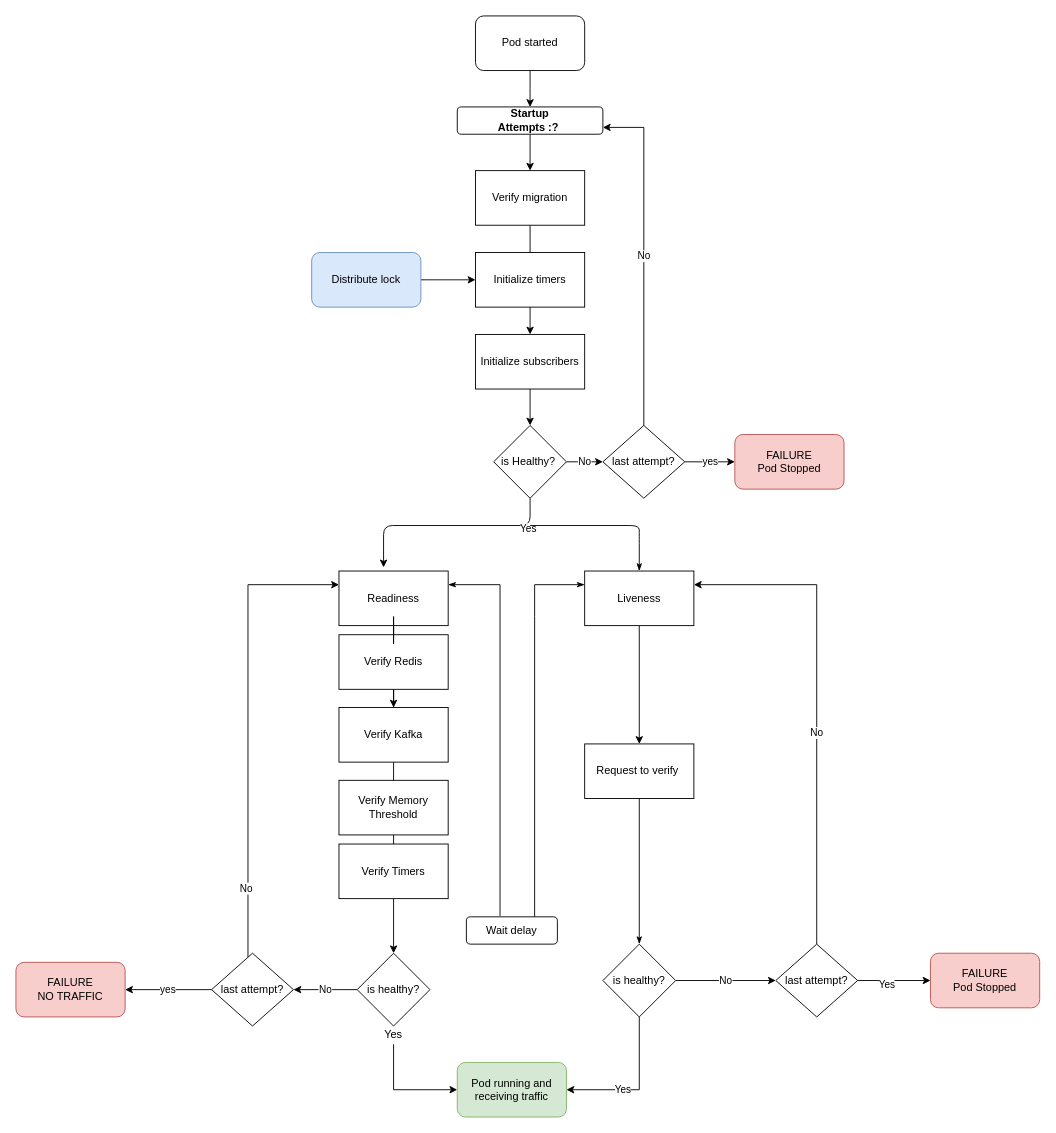
The draw.io diagram Untitled Diagram.drawio in danisanchezag/prueba1, before the edit. Source tidied: cells renumbered, new cells numbered last; positions are measured from the earlier drawing's top-left corner, leaving out a move shared by most shapes. Both pictures are drawn from the tidied source at 91%, with x=0, y=0 at pixel (15, 15).
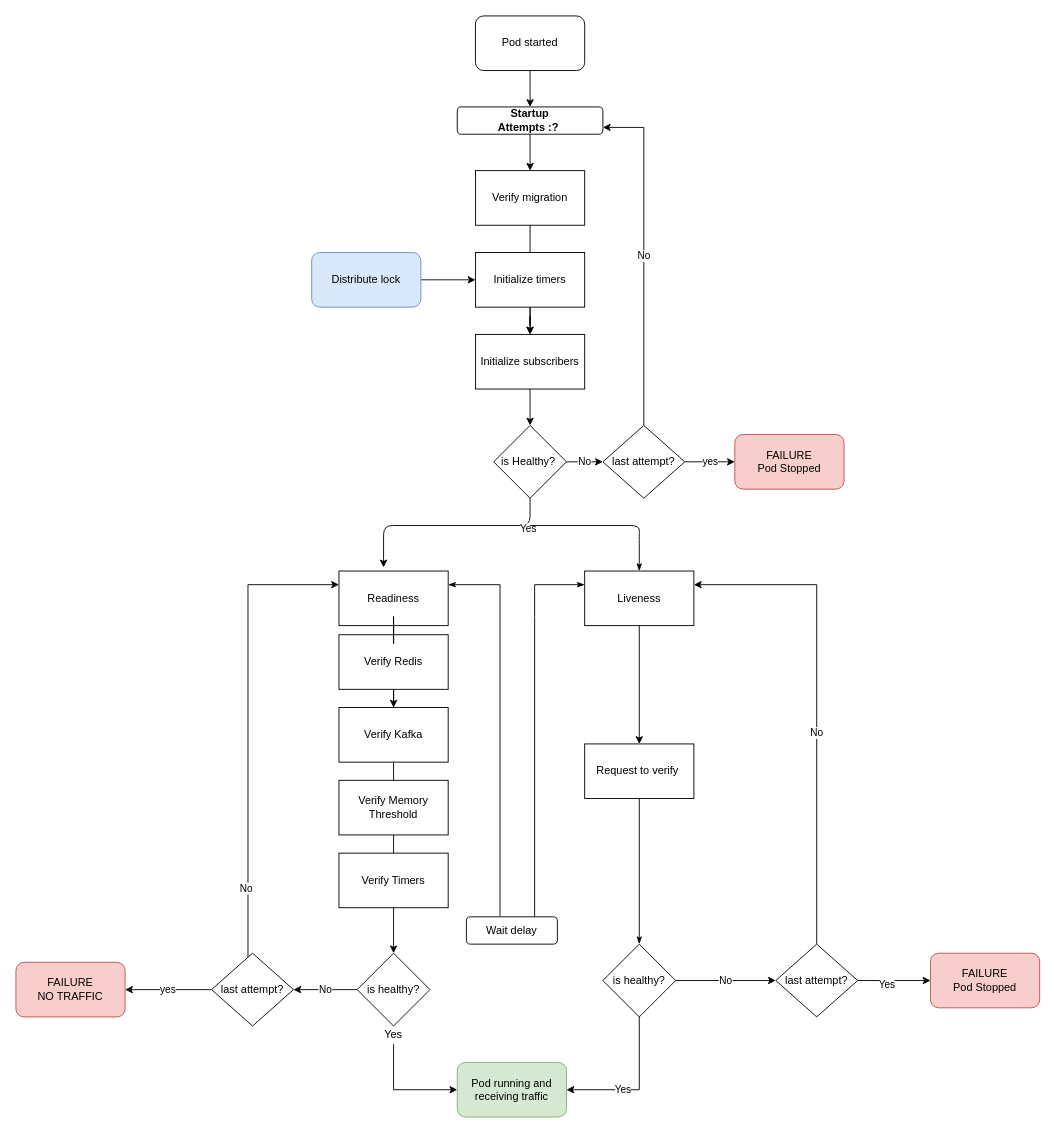
The same diagram, later.

Commit message:
health checks flow

Unchanged cells that the change refers to:
```xml
<mxCell id="13" value="Initialize timers" style="rounded=0;whiteSpace=wrap;html=1;" parent="1" vertex="1">
  <mxGeometry x="505" y="260" width="120" height="60" as="geometry" />
</mxCell>
<mxCell id="15" value="Initialize subscribers" style="rounded=0;whiteSpace=wrap;html=1;" parent="1" vertex="1">
  <mxGeometry x="505" y="350" width="120" height="60" as="geometry" />
</mxCell>
```

What changed in the source:
```diff
@@
+    <mxCell id="57" style="edgeStyle=orthogonalEdgeStyle;rounded=0;jettySize=auto;html=1;" parent="1" edge="1" source="13" target="15">
+      <mxGeometry relative="1" as="geometry" />
+    </mxCell>
@@
     <mxCell id="56" value="Verify Timers" style="rounded=0;whiteSpace=wrap;html=1;" parent="1" vertex="1">
-      <mxGeometry x="355" y="910" width="120" height="60" as="geometry" />
+      <mxGeometry x="355" y="920" width="120" height="60" as="geometry" />
     </mxCell>
```
